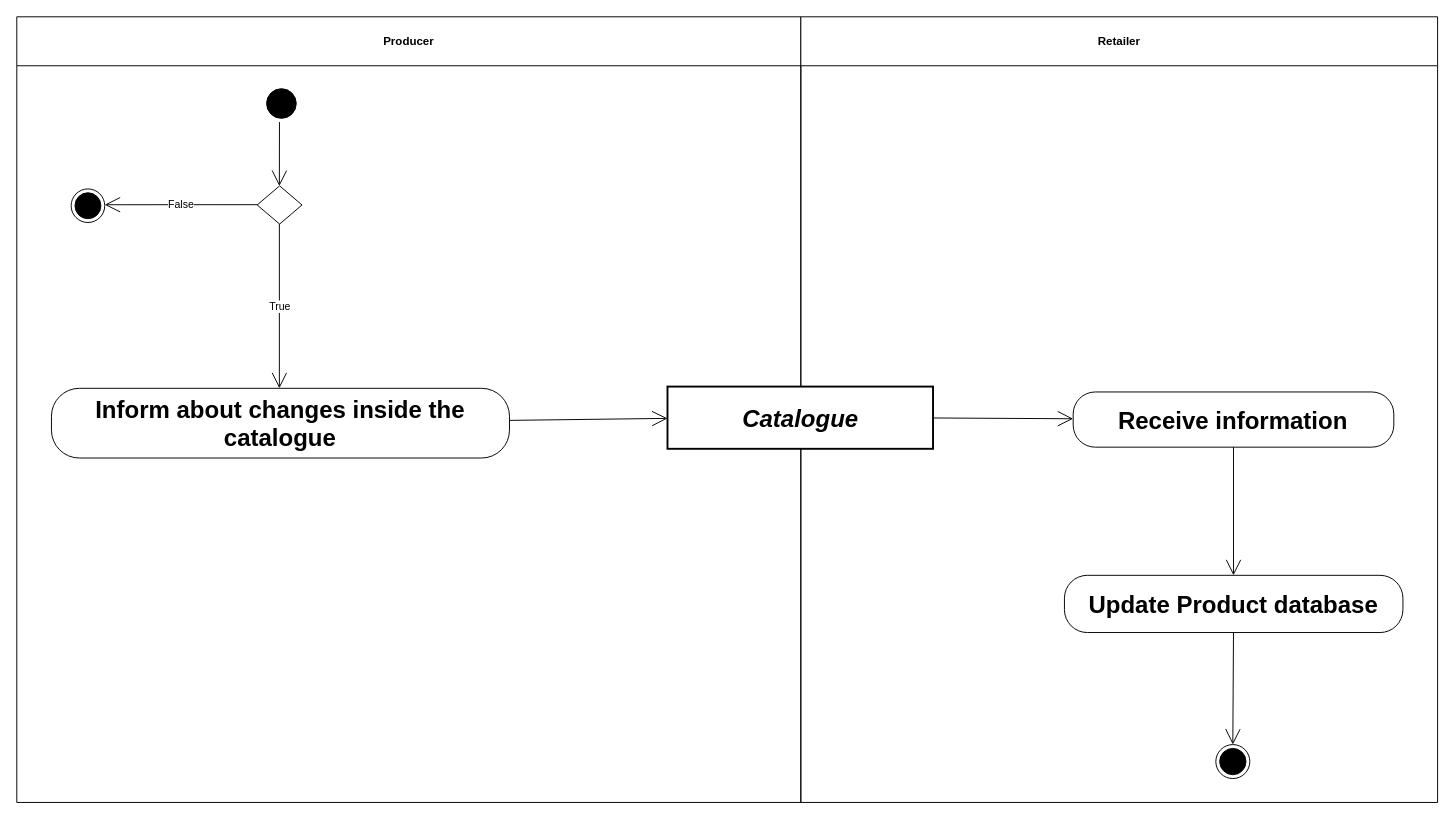
The draw.io diagram diagrams/UBL-2.2-CRP-ChangeArticleCatalogue/UBL-2.2-CRP-ChangeArticleCatalogue.drawio in kduvekot/ubl-work-on-svg-images, before the edit. Source tidied: cells renumbered, new cells numbered last; positions are measured from the earlier drawing's top-left corner, leaving out a move shared by most shapes. Both pictures are drawn from the tidied source at 96%, with x=0, y=0 at pixel (16, 16).
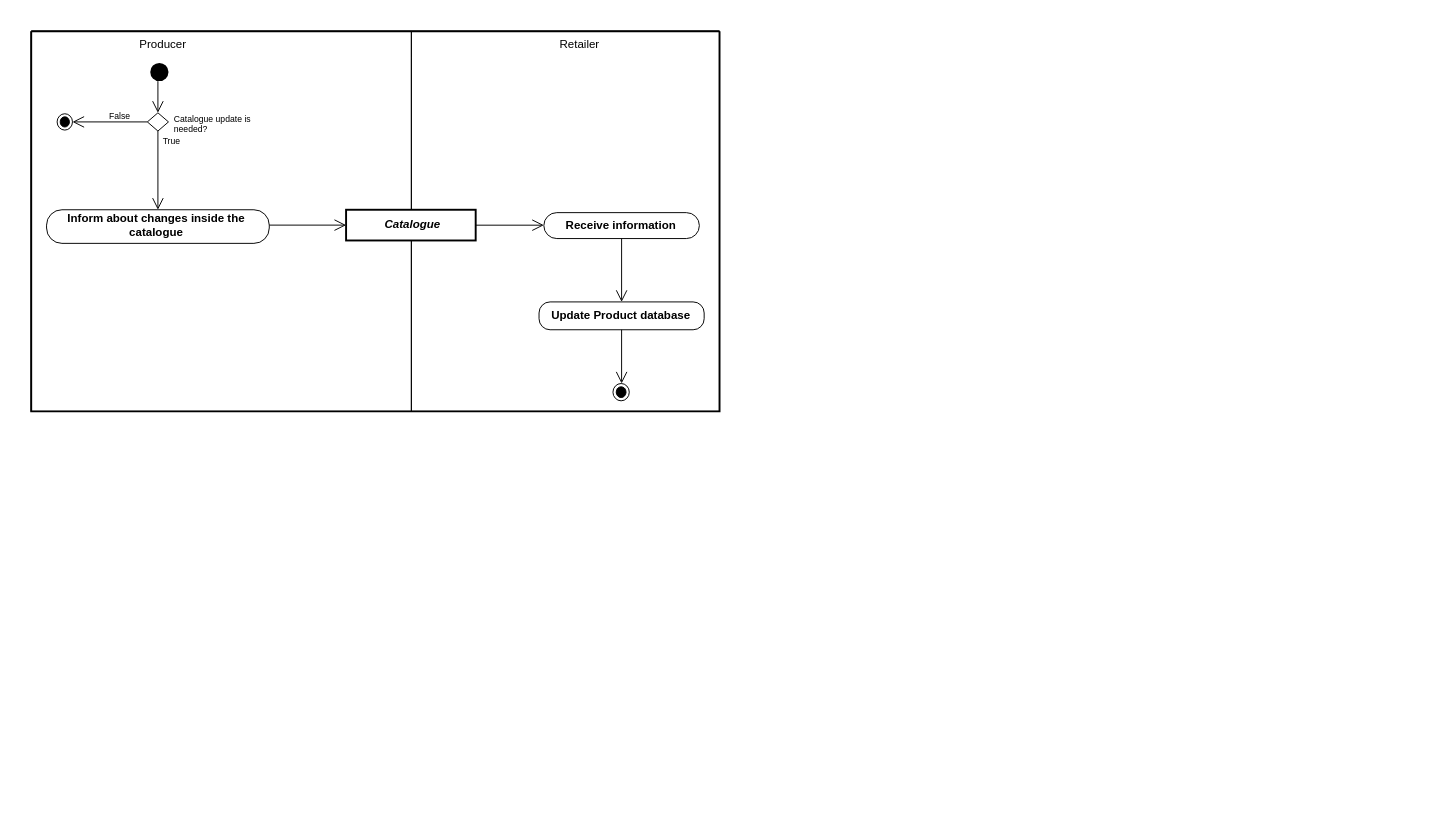
After the change.

What changed in the source:
```diff
@@
+    <mxCell id="19" style="swimlane;html=1;startSize=0;whiteSpace=wrap;fillColor=none;strokeWidth=2;" parent="1" vertex="1">
+      <mxGeometry x="15" y="15" width="717" height="396" as="geometry" />
+    </mxCell>
-    <mxCell id="2" value="Producer" style="swimlane;whiteSpace=wrap;html=1;startSize=51;" parent="1" vertex="1">
-      <mxGeometry width="816.7" height="818.4" as="geometry" />
+    <mxCell id="2" value="Producer" style="swimlane;horizontal=1;startSize=27;swimlaneLine=0;html=1;fillColor=none;fontSize=12;fontStyle=0;spacing=0;spacingRight=123;" parent="19" vertex="1">
+      <mxGeometry width="396" height="396" as="geometry" />
     </mxCell>
-    <mxCell id="3" value="Retailer" style="swimlane;whiteSpace=wrap;html=1;startSize=51;" parent="1" vertex="1">
-      <mxGeometry x="816.7" width="663.3" height="818.4" as="geometry" />
+    <mxCell id="3" value="Retailer" style="swimlane;horizontal=1;startSize=28;swimlaneLine=0;html=1;fillColor=none;fontSize=12;fontStyle=0;spacing=0;spacingLeft=28;" parent="19" vertex="1">
+      <mxGeometry x="396" width="321" height="396" as="geometry" />
     </mxCell>
-    <mxCell id="4" style="ellipse;html=1;shape=startState;fillColor=#000000;strokeColor=#000000;fontFamily=Helvetica;fontSize=25;" parent="1" vertex="1">
-      <mxGeometry x="256.2" y="70.9" width="38.9" height="38.9" as="geometry" />
+    <mxCell id="4" style="ellipse;shape=startState;fillColor=#000000;strokeColor=none;html=1;" parent="2" vertex="1">
+      <mxGeometry x="120" y="29" width="27" height="27" as="geometry" />
     </mxCell>
-    <mxCell id="5" style="rhombus;whiteSpace=wrap;html=1;fontFamily=Helvetica;fontSize=25;" parent="1" vertex="1">
-      <mxGeometry x="250.4" y="176.1" width="46.7" height="39.8" as="geometry" />
+    <mxCell id="5" value="Catalogue update is&lt;br&gt;needed?" style="rhombus;html=1;whiteSpace=nowrap;fontSize=9;fontStyle=0;align=left;verticalAlign=middle;spacing=0;spacingLeft=28;spacingTop=5;" parent="2" vertex="1">
+      <mxGeometry x="121" y="85" width="22" height="19" as="geometry" />
     </mxCell>
-    <mxCell id="6" style="ellipse;html=1;shape=endState;fillColor=#000000;strokeColor=#000000;fontFamily=Helvetica;fontSize=25;" parent="1" vertex="1">
-      <mxGeometry x="56.6" y="179.3" width="35" height="35" as="geometry" />
+    <mxCell id="6" style="ellipse;shape=endState;fillColor=#000000;html=1;" parent="2" vertex="1">
+      <mxGeometry x="27" y="86" width="16" height="17" as="geometry" />
     </mxCell>
-    <mxCell id="7" value="Catalogue" style="rounded=0;whiteSpace=wrap;html=1;fontStyle=3;strokeWidth=2;fontFamily=Helvetica;fontSize=25;" parent="1" vertex="1">
-      <mxGeometry x="677.8" y="385.2" width="276.6" height="64.8" as="geometry" />
+    <mxCell id="7" value="Catalogue" style="rounded=0;html=1;whiteSpace=nowrap;fontSize=12;fontStyle=3;align=center;verticalAlign=middle;spacing=0;spacingLeft=3;spacingBottom=2;strokeWidth=2;" parent="3" vertex="1">
+      <mxGeometry x="-68" y="186" width="135" height="32" as="geometry" />
     </mxCell>
-    <mxCell id="8" value="Inform about changes inside the catalogue" style="rounded=1;arcSize=40;whiteSpace=wrap;html=1;fontStyle=1;fontFamily=Helvetica;fontSize=25;" parent="1" vertex="1">
-      <mxGeometry x="36.1" y="387" width="477.1" height="72.6" as="geometry" />
+    <mxCell id="8" value="Inform about changes inside the&lt;br&gt;catalogue" style="rounded=1;absoluteArcSize=1;arcSize=32;html=1;whiteSpace=nowrap;fontSize=12;fontStyle=1;align=center;verticalAlign=middle;spacing=0;spacingRight=4;spacingBottom=3;" parent="2" vertex="1">
+      <mxGeometry x="16" y="186" width="232" height="35" as="geometry" />
     </mxCell>
-    <mxCell id="9" value="Receive information" style="rounded=1;arcSize=40;whiteSpace=wrap;html=1;fontStyle=1;fontFamily=Helvetica;fontSize=25;" parent="1" vertex="1">
-      <mxGeometry x="1100.4" y="390.8" width="334" height="57.5" as="geometry" />
+    <mxCell id="9" value="Receive information" style="rounded=1;absoluteArcSize=1;arcSize=27;html=1;whiteSpace=nowrap;fontSize=12;fontStyle=1;align=center;verticalAlign=middle;spacing=0;spacingRight=3;" parent="3" vertex="1">
+      <mxGeometry x="138" y="189" width="162" height="27" as="geometry" />
     </mxCell>
-    <mxCell id="10" value="Update Product database" style="rounded=1;arcSize=40;whiteSpace=wrap;html=1;fontStyle=1;fontFamily=Helvetica;fontSize=25;" parent="1" vertex="1">
-      <mxGeometry x="1091.3" y="581.8" width="352.6" height="59.6" as="geometry" />
+    <mxCell id="10" value="Update Product database" style="rounded=1;absoluteArcSize=1;arcSize=23;html=1;whiteSpace=nowrap;fontSize=12;fontStyle=1;align=center;verticalAlign=middle;spacing=0;spacingRight=2;spacingBottom=1;" parent="3" vertex="1">
+      <mxGeometry x="133" y="282" width="172" height="29" as="geometry" />
     </mxCell>
-    <mxCell id="11" style="ellipse;html=1;shape=endState;fillColor=#000000;strokeColor=#000000;fontFamily=Helvetica;fontSize=25;" parent="1" vertex="1">
-      <mxGeometry x="1249" y="758.1" width="35.4" height="35.4" as="geometry" />
+    <mxCell id="11" style="ellipse;shape=endState;fillColor=#000000;html=1;" parent="3" vertex="1">
+      <mxGeometry x="210" y="367" width="17" height="18" as="geometry" />
     </mxCell>
-    <mxCell id="12" style="edgeStyle=none;rounded=0;html=1;endArrow=open;endFill=0;endSize=14;exitX=0.4447;exitY=1.0;entryX=0.4946;entryY=0.0;" parent="1" edge="1" source="4" target="5">
+    <mxCell id="12" style="edgeStyle=none;rounded=0;html=1;endArrow=open;endFill=0;endSize=10;exitPerimeter=0;entryX=0.5;entryY=0;entryPerimeter=0;exitX=0.444444;exitY=0.8513;" parent="2" edge="1" source="4" target="5">
       <mxGeometry relative="1" as="geometry" />
     </mxCell>
-    <mxCell id="13" value="False" style="edgeStyle=none;rounded=0;html=1;endArrow=open;endFill=0;endSize=14;exitX=0.0;exitY=0.4925;entryX=1.0;entryY=0.4686;" parent="1" edge="1" source="5" target="6">
-      <mxGeometry relative="1" as="geometry" />
+    <mxCell id="13" value="False" style="edgeStyle=none;rounded=0;html=1;endArrow=open;endFill=0;endSize=10;exitX=0;exitY=0.5;exitPerimeter=0;entryPerimeter=0;fontSize=9;fontStyle=0;align=center;verticalAlign=middle;labelBackgroundColor=none;entryX=1;entryY=0.5;" parent="2" edge="1" source="5" target="6">
+      <mxGeometry x="-0.25" relative="1" as="geometry">
+        <mxPoint y="-6" as="offset" />
+      </mxGeometry>
     </mxCell>
-    <mxCell id="14" value="True" style="edgeStyle=none;rounded=0;html=1;endArrow=open;endFill=0;endSize=14;exitX=0.4946;exitY=1.0;entryX=0.4976;entryY=0.0;" parent="1" edge="1" source="5" target="8">
-      <mxGeometry relative="1" as="geometry" />
+    <mxCell id="14" value="True" style="edgeStyle=none;rounded=0;html=1;endArrow=open;endFill=0;endSize=10;exitX=0.5;exitY=1;exitPerimeter=0;entryX=0.5;entryY=0;entryPerimeter=0;fontSize=9;fontStyle=0;align=center;verticalAlign=middle;labelBackgroundColor=none;" parent="2" edge="1" source="5" target="8">
+      <mxGeometry x="-0.72" relative="1" as="geometry">
+        <mxPoint x="14" as="offset" />
+      </mxGeometry>
     </mxCell>
-    <mxCell id="15" style="edgeStyle=none;rounded=0;html=1;endArrow=open;endFill=0;endSize=14;exitX=1.0;exitY=0.4601;entryX=0.0;entryY=0.5108;" parent="1" edge="1" source="8" target="7">
+    <mxCell id="15" style="edgeStyle=none;rounded=0;html=1;endArrow=open;endFill=0;endSize=10;exitPerimeter=0;entryX=0;entryY=0.5;entryPerimeter=0;exitX=1;exitY=0.457143;" parent="19" edge="1" source="8" target="7">
       <mxGeometry relative="1" as="geometry" />
     </mxCell>
-    <mxCell id="16" style="edgeStyle=none;rounded=0;html=1;endArrow=open;endFill=0;endSize=14;exitX=1.0;exitY=0.5046;entryX=0.0;entryY=0.4852;" parent="1" edge="1" source="7" target="9">
+    <mxCell id="16" style="edgeStyle=none;rounded=0;html=1;endArrow=open;endFill=0;endSize=10;exitPerimeter=0;entryX=0;entryY=0.4839;entryPerimeter=0;exitX=1;exitY=0.502041;" parent="3" edge="1" source="7" target="9">
       <mxGeometry relative="1" as="geometry" />
     </mxCell>
-    <mxCell id="17" style="edgeStyle=none;rounded=0;html=1;endArrow=open;endFill=0;endSize=14;exitX=0.5;exitY=1.0;entryX=0.4994;entryY=0.0;" parent="1" edge="1" source="9" target="10">
+    <mxCell id="17" style="edgeStyle=none;rounded=0;html=1;endArrow=open;endFill=0;endSize=10;exitX=0.5;exitY=1;exitPerimeter=0;entryX=0.5;entryY=0;entryPerimeter=0;" parent="3" edge="1" source="9" target="10">
       <mxGeometry relative="1" as="geometry" />
     </mxCell>
-    <mxCell id="18" style="edgeStyle=none;rounded=0;html=1;endArrow=open;endFill=0;endSize=14;exitX=0.4994;exitY=1.0;entryX=0.5198;entryY=0.0;" parent="1" edge="1" source="10" target="11">
+    <mxCell id="18" style="edgeStyle=none;rounded=0;html=1;endArrow=open;endFill=0;endSize=10;exitX=0.5;exitY=1;exitPerimeter=0;entryPerimeter=0;entryX=0.529412;entryY=0;" parent="3" edge="1" source="10" target="11">
       <mxGeometry relative="1" as="geometry" />
     </mxCell>
```
